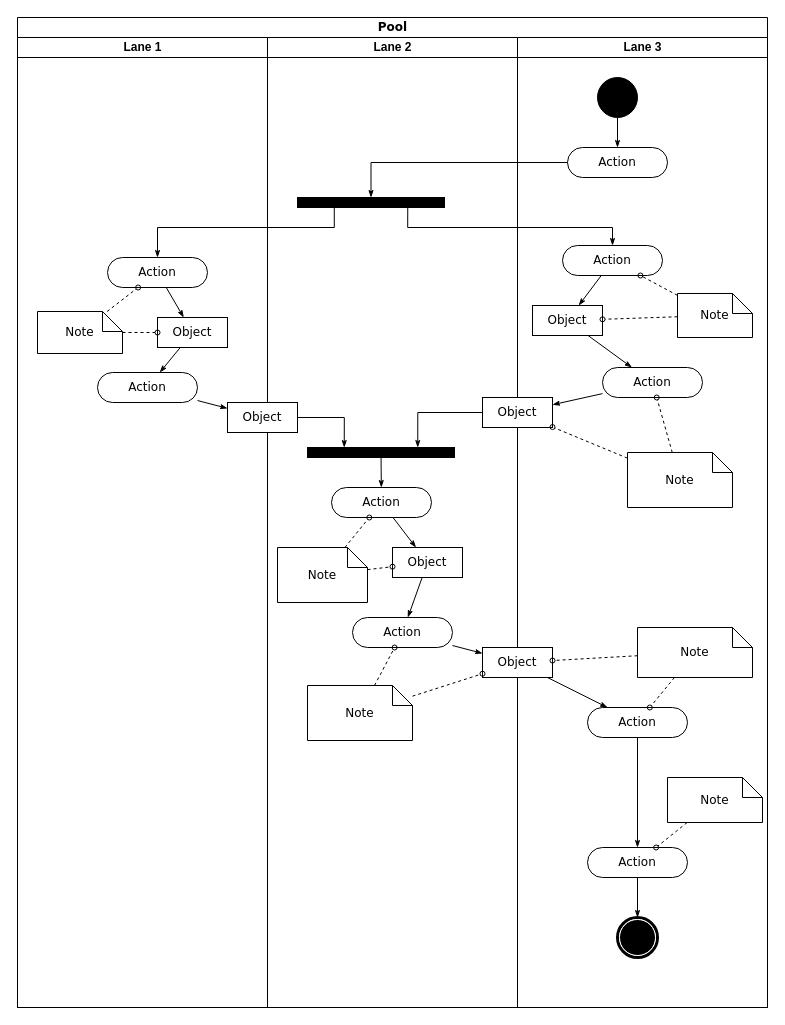
Earlier version of the draw.io diagram Untitled Diagram.drawio (ElisonaDoku-ENG/cosmo). Source tidied: cells renumbered, new cells numbered last; positions are measured from the earlier drawing's top-left corner, leaving out a move shared by most shapes. Both pictures are drawn from the tidied source at 100%, with x=0, y=0 at pixel (17, 17).
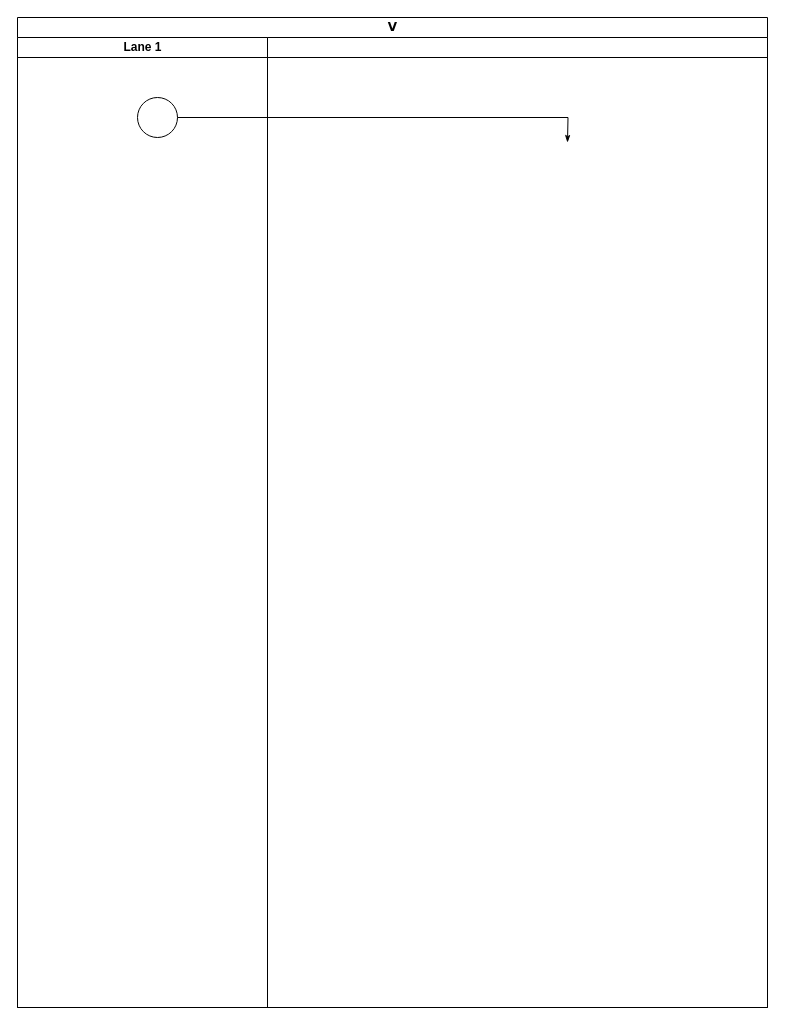
The same page after the edit.

Unchanged cells that the change refers to:
```xml
<mxCell id="3" value="Lane 1" style="swimlane;html=1;startSize=20;" parent="2" vertex="1">
  <mxGeometry y="20" width="250" height="970" as="geometry" />
</mxCell>
```

What changed in the source:
```diff
@@
-    <mxCell id="2" value="Pool" style="swimlane;html=1;startSize=20;rounded=0;shadow=0;comic=0;labelBackgroundColor=none;strokeWidth=1;fontFamily=Verdana;fontSize=12;align=center;" parent="1" vertex="1">
+    <mxCell id="2" value="V" style="swimlane;html=1;startSize=20;rounded=0;shadow=0;comic=0;labelBackgroundColor=none;strokeWidth=1;fontFamily=Verdana;fontSize=12;align=center;" parent="1" vertex="1">
       <mxGeometry width="750" height="990" as="geometry" />
     </mxCell>
@@
-    <mxCell id="4" style="edgeStyle=none;rounded=0;html=1;labelBackgroundColor=none;startArrow=none;startFill=0;startSize=5;endArrow=classicThin;endFill=1;endSize=5;jettySize=auto;strokeWidth=1;fontFamily=Verdana;fontSize=12;" parent="3" edge="1" source="5" target="8">
-      <mxGeometry relative="1" as="geometry" />
-    </mxCell>
-    <mxCell id="5" value="Action" style="rounded=1;whiteSpace=wrap;html=1;shadow=0;comic=0;labelBackgroundColor=none;strokeWidth=1;fontFamily=Verdana;fontSize=12;align=center;arcSize=50;" parent="3" vertex="1">
-      <mxGeometry x="90" y="220" width="100" height="30" as="geometry" />
-    </mxCell>
-    <mxCell id="6" value="Action" style="rounded=1;whiteSpace=wrap;html=1;shadow=0;comic=0;labelBackgroundColor=none;strokeWidth=1;fontFamily=Verdana;fontSize=12;align=center;arcSize=50;" parent="3" vertex="1">
-      <mxGeometry x="80" y="335" width="100" height="30" as="geometry" />
-    </mxCell>
-    <mxCell id="7" style="edgeStyle=none;rounded=0;html=1;labelBackgroundColor=none;startArrow=none;startFill=0;startSize=5;endArrow=classicThin;endFill=1;endSize=5;jettySize=auto;strokeWidth=1;fontFamily=Verdana;fontSize=12;" parent="3" edge="1" source="8" target="6">
-      <mxGeometry relative="1" as="geometry" />
-    </mxCell>
-    <mxCell id="8" value="Object" style="rounded=0;whiteSpace=wrap;html=1;shadow=0;comic=0;labelBackgroundColor=none;strokeWidth=1;fontFamily=Verdana;fontSize=12;align=center;arcSize=50;" parent="3" vertex="1">
-      <mxGeometry x="140" y="280" width="70" height="30" as="geometry" />
-    </mxCell>
-    <mxCell id="9" style="edgeStyle=none;rounded=0;html=1;labelBackgroundColor=none;startArrow=none;startFill=0;startSize=5;endArrow=oval;endFill=0;endSize=5;jettySize=auto;strokeWidth=1;fontFamily=Verdana;fontSize=12;dashed=1;" parent="3" edge="1" source="11" target="5">
-      <mxGeometry relative="1" as="geometry" />
-    </mxCell>
-    <mxCell id="10" style="edgeStyle=none;rounded=0;html=1;dashed=1;labelBackgroundColor=none;startArrow=none;startFill=0;startSize=5;endArrow=oval;endFill=0;endSize=5;jettySize=auto;strokeWidth=1;fontFamily=Verdana;fontSize=12;" parent="3" edge="1" source="11" target="8">
-      <mxGeometry relative="1" as="geometry" />
-    </mxCell>
-    <mxCell id="11" value="Note" style="shape=note;whiteSpace=wrap;html=1;rounded=0;shadow=0;comic=0;labelBackgroundColor=none;strokeWidth=1;fontFamily=Verdana;fontSize=12;align=center;size=20;" parent="3" vertex="1">
-      <mxGeometry x="20" y="274" width="85" height="42" as="geometry" />
-    </mxCell>
-    <mxCell id="12" value="Lane 2" style="swimlane;html=1;startSize=20;" parent="2" vertex="1">
-      <mxGeometry x="250" y="20" width="250" height="970" as="geometry" />
-    </mxCell>
-    <mxCell id="13" style="whiteSpace=wrap;html=1;rounded=0;shadow=0;comic=0;labelBackgroundColor=none;strokeWidth=1;fillColor=#000000;fontFamily=Verdana;fontSize=12;align=center;rotation=0;" parent="12" vertex="1">
-      <mxGeometry x="30" y="160" width="147" height="10" as="geometry" />
-    </mxCell>
-    <mxCell id="14" style="edgeStyle=none;rounded=0;html=1;labelBackgroundColor=none;startArrow=none;startFill=0;startSize=5;endArrow=classicThin;endFill=1;endSize=5;jettySize=auto;strokeWidth=1;fontFamily=Verdana;fontSize=12;" parent="12" edge="1" source="15" target="21">
-      <mxGeometry relative="1" as="geometry" />
-    </mxCell>
-    <mxCell id="15" value="Action" style="rounded=1;whiteSpace=wrap;html=1;shadow=0;comic=0;labelBackgroundColor=none;strokeWidth=1;fontFamily=Verdana;fontSize=12;align=center;arcSize=50;" parent="12" vertex="1">
-      <mxGeometry x="64" y="450" width="100" height="30" as="geometry" />
-    </mxCell>
-    <mxCell id="16" style="edgeStyle=none;rounded=0;html=1;labelBackgroundColor=none;startArrow=none;startFill=0;startSize=5;endArrow=classicThin;endFill=1;endSize=5;jettySize=auto;strokeWidth=1;fontFamily=Verdana;fontSize=12;" parent="12" edge="1" source="17" target="15">
-      <mxGeometry relative="1" as="geometry" />
-    </mxCell>
-    <mxCell id="17" style="whiteSpace=wrap;html=1;rounded=0;shadow=0;comic=0;labelBackgroundColor=none;strokeWidth=1;fillColor=#000000;fontFamily=Verdana;fontSize=12;align=center;rotation=0;" parent="12" vertex="1">
-      <mxGeometry x="40" y="410" width="147" height="10" as="geometry" />
-    </mxCell>
-    <mxCell id="18" style="edgeStyle=orthogonalEdgeStyle;rounded=0;html=1;entryX=0.25;entryY=0;labelBackgroundColor=none;startArrow=none;startFill=0;startSize=5;endArrow=classicThin;endFill=1;endSize=5;jettySize=auto;strokeWidth=1;fontFamily=Verdana;fontSize=12;" parent="12" edge="1" source="19" target="17">
-      <mxGeometry relative="1" as="geometry" />
-    </mxCell>
-    <mxCell id="19" value="Object" style="rounded=0;whiteSpace=wrap;html=1;shadow=0;comic=0;labelBackgroundColor=none;strokeWidth=1;fontFamily=Verdana;fontSize=12;align=center;arcSize=50;" parent="12" vertex="1">
-      <mxGeometry x="-40" y="365" width="70" height="30" as="geometry" />
-    </mxCell>
-    <mxCell id="20" style="edgeStyle=none;rounded=0;html=1;labelBackgroundColor=none;startArrow=none;startFill=0;startSize=5;endArrow=classicThin;endFill=1;endSize=5;jettySize=auto;strokeWidth=1;fontFamily=Verdana;fontSize=12;" parent="12" edge="1" source="21" target="22">
-      <mxGeometry relative="1" as="geometry" />
-    </mxCell>
-    <mxCell id="21" value="Object" style="rounded=0;whiteSpace=wrap;html=1;shadow=0;comic=0;labelBackgroundColor=none;strokeWidth=1;fontFamily=Verdana;fontSize=12;align=center;arcSize=50;" parent="12" vertex="1">
-      <mxGeometry x="125" y="510" width="70" height="30" as="geometry" />
-    </mxCell>
-    <mxCell id="22" value="Action" style="rounded=1;whiteSpace=wrap;html=1;shadow=0;comic=0;labelBackgroundColor=none;strokeWidth=1;fontFamily=Verdana;fontSize=12;align=center;arcSize=50;" parent="12" vertex="1">
-      <mxGeometry x="85" y="580" width="100" height="30" as="geometry" />
-    </mxCell>
-    <mxCell id="23" style="edgeStyle=none;rounded=0;html=1;dashed=1;labelBackgroundColor=none;startArrow=none;startFill=0;startSize=5;endArrow=oval;endFill=0;endSize=5;jettySize=auto;strokeWidth=1;fontFamily=Verdana;fontSize=12;" parent="12" edge="1" source="25" target="15">
-      <mxGeometry relative="1" as="geometry" />
-    </mxCell>
-    <mxCell id="24" style="edgeStyle=none;rounded=0;html=1;dashed=1;labelBackgroundColor=none;startArrow=none;startFill=0;startSize=5;endArrow=oval;endFill=0;endSize=5;jettySize=auto;strokeWidth=1;fontFamily=Verdana;fontSize=12;" parent="12" edge="1" source="25" target="21">
-      <mxGeometry relative="1" as="geometry" />
-    </mxCell>
-    <mxCell id="25" value="Note" style="shape=note;whiteSpace=wrap;html=1;rounded=0;shadow=0;comic=0;labelBackgroundColor=none;strokeWidth=1;fontFamily=Verdana;fontSize=12;align=center;size=20;" parent="12" vertex="1">
-      <mxGeometry x="10" y="510" width="90" height="55" as="geometry" />
-    </mxCell>
-    <mxCell id="26" style="edgeStyle=none;rounded=0;html=1;dashed=1;labelBackgroundColor=none;startArrow=none;startFill=0;startSize=5;endArrow=oval;endFill=0;endSize=5;jettySize=auto;strokeWidth=1;fontFamily=Verdana;fontSize=12;" parent="12" edge="1" source="27" target="22">
-      <mxGeometry relative="1" as="geometry" />
-    </mxCell>
-    <mxCell id="27" value="Note" style="shape=note;whiteSpace=wrap;html=1;rounded=0;shadow=0;comic=0;labelBackgroundColor=none;strokeWidth=1;fontFamily=Verdana;fontSize=12;align=center;size=20;" parent="12" vertex="1">
-      <mxGeometry x="40" y="648" width="105" height="55" as="geometry" />
-    </mxCell>
-    <mxCell id="28" value="Lane 3" style="swimlane;html=1;startSize=20;" parent="2" vertex="1">
-      <mxGeometry x="500" y="20" width="250" height="970" as="geometry" />
-    </mxCell>
+    <mxCell id="30" style="ellipse;whiteSpace=wrap;html=1;rounded=0;shadow=0;comic=0;labelBackgroundColor=none;strokeWidth=1;fontFamily=Verdana;fontSize=12;align=center;" parent="3" vertex="1">
+      <mxGeometry x="120" y="60" width="40" height="40" as="geometry" />
+    </mxCell>
-    <mxCell id="29" style="edgeStyle=orthogonalEdgeStyle;rounded=0;html=1;labelBackgroundColor=none;startArrow=none;startFill=0;startSize=5;endArrow=classicThin;endFill=1;endSize=5;jettySize=auto;strokeWidth=1;fontFamily=Verdana;fontSize=12;" parent="28" edge="1" source="30" target="31">
-      <mxGeometry relative="1" as="geometry" />
+    <mxCell id="29" style="edgeStyle=orthogonalEdgeStyle;rounded=0;html=1;labelBackgroundColor=none;startArrow=none;startFill=0;startSize=5;endArrow=classicThin;endFill=1;endSize=5;jettySize=auto;strokeWidth=1;fontFamily=Verdana;fontSize=12;" parent="2" edge="1" source="30">
+      <mxGeometry relative="1" as="geometry">
+        <mxPoint x="550" y="125" as="targetPoint" />
+      </mxGeometry>
     </mxCell>
-    <mxCell id="30" style="ellipse;whiteSpace=wrap;html=1;rounded=0;shadow=0;comic=0;labelBackgroundColor=none;strokeWidth=1;fillColor=#000000;fontFamily=Verdana;fontSize=12;align=center;" parent="28" vertex="1">
-      <mxGeometry x="80" y="40" width="40" height="40" as="geometry" />
-    </mxCell>
-    <mxCell id="31" value="Action" style="rounded=1;whiteSpace=wrap;html=1;shadow=0;comic=0;labelBackgroundColor=none;strokeWidth=1;fontFamily=Verdana;fontSize=12;align=center;arcSize=50;" parent="28" vertex="1">
-      <mxGeometry x="50" y="110" width="100" height="30" as="geometry" />
-    </mxCell>
-    <mxCell id="32" style="rounded=0;html=1;labelBackgroundColor=none;startArrow=none;startFill=0;startSize=5;endArrow=classicThin;endFill=1;endSize=5;jettySize=auto;strokeWidth=1;fontFamily=Verdana;fontSize=12;" parent="28" edge="1" source="33" target="37">
-      <mxGeometry relative="1" as="geometry" />
-    </mxCell>
-    <mxCell id="33" value="Action" style="rounded=1;whiteSpace=wrap;html=1;shadow=0;comic=0;labelBackgroundColor=none;strokeWidth=1;fontFamily=Verdana;fontSize=12;align=center;arcSize=50;" parent="28" vertex="1">
-      <mxGeometry x="45" y="208" width="100" height="30" as="geometry" />
-    </mxCell>
-    <mxCell id="34" style="edgeStyle=none;rounded=0;html=1;labelBackgroundColor=none;startArrow=none;startFill=0;startSize=5;endArrow=classicThin;endFill=1;endSize=5;jettySize=auto;strokeWidth=1;fontFamily=Verdana;fontSize=12;" parent="28" edge="1" source="35" target="38">
-      <mxGeometry relative="1" as="geometry" />
-    </mxCell>
-    <mxCell id="35" value="Action" style="rounded=1;whiteSpace=wrap;html=1;shadow=0;comic=0;labelBackgroundColor=none;strokeWidth=1;fontFamily=Verdana;fontSize=12;align=center;arcSize=50;" parent="28" vertex="1">
-      <mxGeometry x="85" y="330" width="100" height="30" as="geometry" />
-    </mxCell>
-    <mxCell id="36" style="edgeStyle=none;rounded=0;html=1;labelBackgroundColor=none;startArrow=none;startFill=0;startSize=5;endArrow=classicThin;endFill=1;endSize=5;jettySize=auto;strokeWidth=1;fontFamily=Verdana;fontSize=12;" parent="28" edge="1" source="37" target="35">
-      <mxGeometry relative="1" as="geometry" />
-    </mxCell>
-    <mxCell id="37" value="Object" style="rounded=0;whiteSpace=wrap;html=1;shadow=0;comic=0;labelBackgroundColor=none;strokeWidth=1;fontFamily=Verdana;fontSize=12;align=center;arcSize=50;" parent="28" vertex="1">
-      <mxGeometry x="15" y="268" width="70" height="30" as="geometry" />
-    </mxCell>
-    <mxCell id="38" value="Object" style="rounded=0;whiteSpace=wrap;html=1;shadow=0;comic=0;labelBackgroundColor=none;strokeWidth=1;fontFamily=Verdana;fontSize=12;align=center;arcSize=50;" parent="28" vertex="1">
-      <mxGeometry x="-35" y="360" width="70" height="30" as="geometry" />
-    </mxCell>
-    <mxCell id="39" style="edgeStyle=none;rounded=0;html=1;labelBackgroundColor=none;startArrow=none;startFill=0;startSize=5;endArrow=classicThin;endFill=1;endSize=5;jettySize=auto;strokeWidth=1;fontFamily=Verdana;fontSize=12;" parent="28" edge="1" source="40" target="42">
-      <mxGeometry relative="1" as="geometry" />
-    </mxCell>
-    <mxCell id="40" value="Object" style="rounded=0;whiteSpace=wrap;html=1;shadow=0;comic=0;labelBackgroundColor=none;strokeWidth=1;fontFamily=Verdana;fontSize=12;align=center;arcSize=50;" parent="28" vertex="1">
-      <mxGeometry x="-35" y="610" width="70" height="30" as="geometry" />
-    </mxCell>
-    <mxCell id="41" style="edgeStyle=none;rounded=0;html=1;labelBackgroundColor=none;startArrow=none;startFill=0;startSize=5;endArrow=classicThin;endFill=1;endSize=5;jettySize=auto;strokeWidth=1;fontFamily=Verdana;fontSize=12;" parent="28" edge="1" source="42" target="44">
-      <mxGeometry relative="1" as="geometry" />
-    </mxCell>
-    <mxCell id="42" value="Action" style="rounded=1;whiteSpace=wrap;html=1;shadow=0;comic=0;labelBackgroundColor=none;strokeWidth=1;fontFamily=Verdana;fontSize=12;align=center;arcSize=50;" parent="28" vertex="1">
-      <mxGeometry x="70" y="670" width="100" height="30" as="geometry" />
-    </mxCell>
-    <mxCell id="43" style="edgeStyle=none;rounded=0;html=1;labelBackgroundColor=none;startArrow=none;startFill=0;startSize=5;endArrow=classicThin;endFill=1;endSize=5;jettySize=auto;strokeWidth=1;fontFamily=Verdana;fontSize=12;" parent="28" edge="1" source="44" target="45">
-      <mxGeometry relative="1" as="geometry" />
-    </mxCell>
-    <mxCell id="44" value="Action" style="rounded=1;whiteSpace=wrap;html=1;shadow=0;comic=0;labelBackgroundColor=none;strokeWidth=1;fontFamily=Verdana;fontSize=12;align=center;arcSize=50;" parent="28" vertex="1">
-      <mxGeometry x="70" y="810" width="100" height="30" as="geometry" />
-    </mxCell>
-    <mxCell id="45" style="shape=mxgraph.bpmn.shape;html=1;verticalLabelPosition=bottom;labelBackgroundColor=#ffffff;verticalAlign=top;perimeter=ellipsePerimeter;outline=end;symbol=terminate;rounded=0;shadow=0;comic=0;strokeWidth=1;fontFamily=Verdana;fontSize=12;align=center;" parent="28" vertex="1">
-      <mxGeometry x="100" y="880" width="40" height="40" as="geometry" />
-    </mxCell>
-    <mxCell id="46" style="edgeStyle=none;rounded=0;html=1;dashed=1;labelBackgroundColor=none;startArrow=none;startFill=0;startSize=5;endArrow=oval;endFill=0;endSize=5;jettySize=auto;strokeWidth=1;fontFamily=Verdana;fontSize=12;" parent="28" edge="1" source="48" target="33">
-      <mxGeometry relative="1" as="geometry" />
-    </mxCell>
-    <mxCell id="47" style="edgeStyle=none;rounded=0;html=1;dashed=1;labelBackgroundColor=none;startArrow=none;startFill=0;startSize=5;endArrow=oval;endFill=0;endSize=5;jettySize=auto;strokeWidth=1;fontFamily=Verdana;fontSize=12;" parent="28" edge="1" source="48" target="37">
-      <mxGeometry relative="1" as="geometry" />
-    </mxCell>
-    <mxCell id="48" value="Note" style="shape=note;whiteSpace=wrap;html=1;rounded=0;shadow=0;comic=0;labelBackgroundColor=none;strokeWidth=1;fontFamily=Verdana;fontSize=12;align=center;size=20;" parent="28" vertex="1">
-      <mxGeometry x="160" y="256" width="75" height="44" as="geometry" />
-    </mxCell>
-    <mxCell id="49" style="edgeStyle=none;rounded=0;html=1;dashed=1;labelBackgroundColor=none;startArrow=none;startFill=0;startSize=5;endArrow=oval;endFill=0;endSize=5;jettySize=auto;strokeWidth=1;fontFamily=Verdana;fontSize=12;" parent="28" edge="1" source="51" target="35">
-      <mxGeometry relative="1" as="geometry" />
-    </mxCell>
-    <mxCell id="50" style="edgeStyle=none;rounded=0;html=1;dashed=1;labelBackgroundColor=none;startArrow=none;startFill=0;startSize=5;endArrow=oval;endFill=0;endSize=5;jettySize=auto;strokeWidth=1;fontFamily=Verdana;fontSize=12;" parent="28" edge="1" source="51" target="38">
-      <mxGeometry relative="1" as="geometry" />
-    </mxCell>
-    <mxCell id="51" value="Note" style="shape=note;whiteSpace=wrap;html=1;rounded=0;shadow=0;comic=0;labelBackgroundColor=none;strokeWidth=1;fontFamily=Verdana;fontSize=12;align=center;size=20;" parent="28" vertex="1">
-      <mxGeometry x="110" y="415" width="105" height="55" as="geometry" />
-    </mxCell>
-    <mxCell id="52" style="edgeStyle=none;rounded=0;html=1;dashed=1;labelBackgroundColor=none;startArrow=none;startFill=0;startSize=5;endArrow=oval;endFill=0;endSize=5;jettySize=auto;strokeWidth=1;fontFamily=Verdana;fontSize=12;" parent="28" edge="1" source="54" target="42">
-      <mxGeometry relative="1" as="geometry" />
-    </mxCell>
-    <mxCell id="53" style="edgeStyle=none;rounded=0;html=1;dashed=1;labelBackgroundColor=none;startArrow=none;startFill=0;startSize=5;endArrow=oval;endFill=0;endSize=5;jettySize=auto;strokeWidth=1;fontFamily=Verdana;fontSize=12;" parent="28" edge="1" source="54" target="40">
-      <mxGeometry relative="1" as="geometry" />
-    </mxCell>
-    <mxCell id="54" value="Note" style="shape=note;whiteSpace=wrap;html=1;rounded=0;shadow=0;comic=0;labelBackgroundColor=none;strokeWidth=1;fontFamily=Verdana;fontSize=12;align=center;size=20;" parent="28" vertex="1">
-      <mxGeometry x="120" y="590" width="115" height="50" as="geometry" />
-    </mxCell>
-    <mxCell id="55" style="edgeStyle=none;rounded=0;html=1;dashed=1;labelBackgroundColor=none;startArrow=none;startFill=0;startSize=5;endArrow=oval;endFill=0;endSize=5;jettySize=auto;strokeWidth=1;fontFamily=Verdana;fontSize=12;" parent="28" edge="1" source="56" target="44">
-      <mxGeometry relative="1" as="geometry" />
-    </mxCell>
-    <mxCell id="56" value="Note" style="shape=note;whiteSpace=wrap;html=1;rounded=0;shadow=0;comic=0;labelBackgroundColor=none;strokeWidth=1;fontFamily=Verdana;fontSize=12;align=center;size=20;" parent="28" vertex="1">
-      <mxGeometry x="150" y="740" width="95" height="45" as="geometry" />
-    </mxCell>
-    <mxCell id="57" style="edgeStyle=orthogonalEdgeStyle;rounded=0;html=1;entryX=0.5;entryY=0;labelBackgroundColor=none;startArrow=none;startFill=0;startSize=5;endArrow=classicThin;endFill=1;endSize=5;jettySize=auto;strokeWidth=1;fontFamily=Verdana;fontSize=12;" parent="2" edge="1" source="31" target="13">
-      <mxGeometry relative="1" as="geometry">
-        <Array as="points">
-          <mxPoint x="354" y="145" />
-        </Array>
-      </mxGeometry>
-    </mxCell>
-    <mxCell id="58" style="edgeStyle=orthogonalEdgeStyle;rounded=0;html=1;exitX=0.75;exitY=1;labelBackgroundColor=none;startArrow=none;startFill=0;startSize=5;endArrow=classicThin;endFill=1;endSize=5;jettySize=auto;strokeWidth=1;fontFamily=Verdana;fontSize=12;" parent="2" edge="1" source="13" target="33">
-      <mxGeometry relative="1" as="geometry">
-        <Array as="points">
-          <mxPoint x="390" y="210" />
-          <mxPoint x="595" y="210" />
-        </Array>
-      </mxGeometry>
-    </mxCell>
-    <mxCell id="59" style="edgeStyle=orthogonalEdgeStyle;rounded=0;html=1;exitX=0.25;exitY=1;entryX=0.5;entryY=0;labelBackgroundColor=none;startArrow=none;startFill=0;startSize=5;endArrow=classicThin;endFill=1;endSize=5;jettySize=auto;strokeWidth=1;fontFamily=Verdana;fontSize=12;" parent="2" edge="1" source="13" target="5">
-      <mxGeometry relative="1" as="geometry">
-        <Array as="points">
-          <mxPoint x="317" y="210" />
-          <mxPoint x="140" y="210" />
-        </Array>
-      </mxGeometry>
-    </mxCell>
-    <mxCell id="60" style="edgeStyle=orthogonalEdgeStyle;rounded=0;html=1;entryX=0.75;entryY=0;labelBackgroundColor=none;startArrow=none;startFill=0;startSize=5;endArrow=classicThin;endFill=1;endSize=5;jettySize=auto;strokeWidth=1;fontFamily=Verdana;fontSize=12;" parent="2" edge="1" source="38" target="17">
-      <mxGeometry relative="1" as="geometry" />
-    </mxCell>
-    <mxCell id="61" style="edgeStyle=none;rounded=0;html=1;labelBackgroundColor=none;startArrow=none;startFill=0;startSize=5;endArrow=classicThin;endFill=1;endSize=5;jettySize=auto;strokeWidth=1;fontFamily=Verdana;fontSize=12;" parent="2" edge="1" source="6" target="19">
-      <mxGeometry relative="1" as="geometry" />
-    </mxCell>
-    <mxCell id="62" style="edgeStyle=none;rounded=0;html=1;labelBackgroundColor=none;startArrow=none;startFill=0;startSize=5;endArrow=classicThin;endFill=1;endSize=5;jettySize=auto;strokeWidth=1;fontFamily=Verdana;fontSize=12;" parent="2" edge="1" source="22" target="40">
-      <mxGeometry relative="1" as="geometry" />
-    </mxCell>
-    <mxCell id="63" style="edgeStyle=none;rounded=0;html=1;dashed=1;labelBackgroundColor=none;startArrow=none;startFill=0;startSize=5;endArrow=oval;endFill=0;endSize=5;jettySize=auto;strokeWidth=1;fontFamily=Verdana;fontSize=12;" parent="2" edge="1" source="27" target="40">
-      <mxGeometry relative="1" as="geometry" />
-    </mxCell>
+    <mxCell id="64" style="swimlane;html=1;startSize=20;" parent="2" vertex="1">
+      <mxGeometry x="250" y="20" width="500" height="970" as="geometry" />
+    </mxCell>
```
